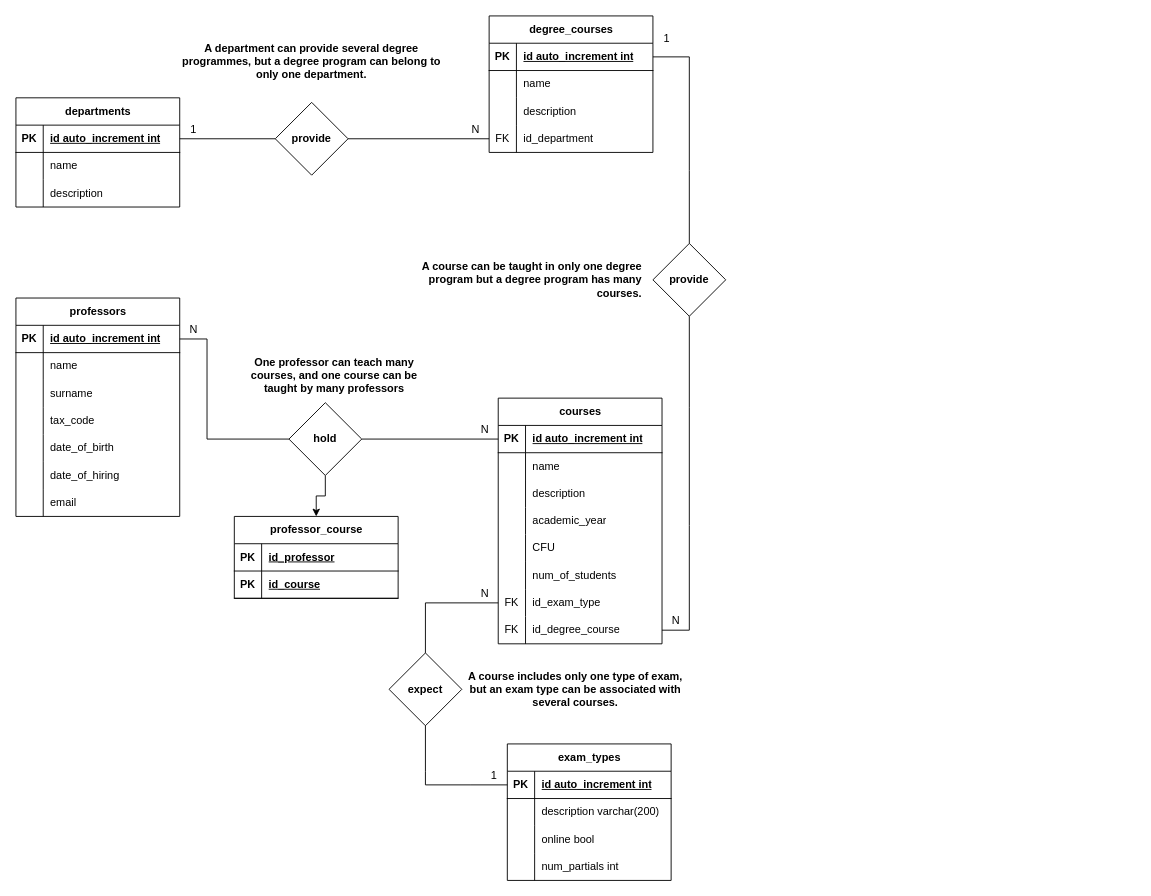
Before: db_university.drawio in totarochristian/db-university, a draw.io diagram. Source tidied: cells renumbered, new cells numbered last; positions are measured from the earlier drawing's top-left corner, leaving out a move shared by most shapes. Both pictures are drawn from the tidied source at 91%, with x=0, y=0 at pixel (15, 15).
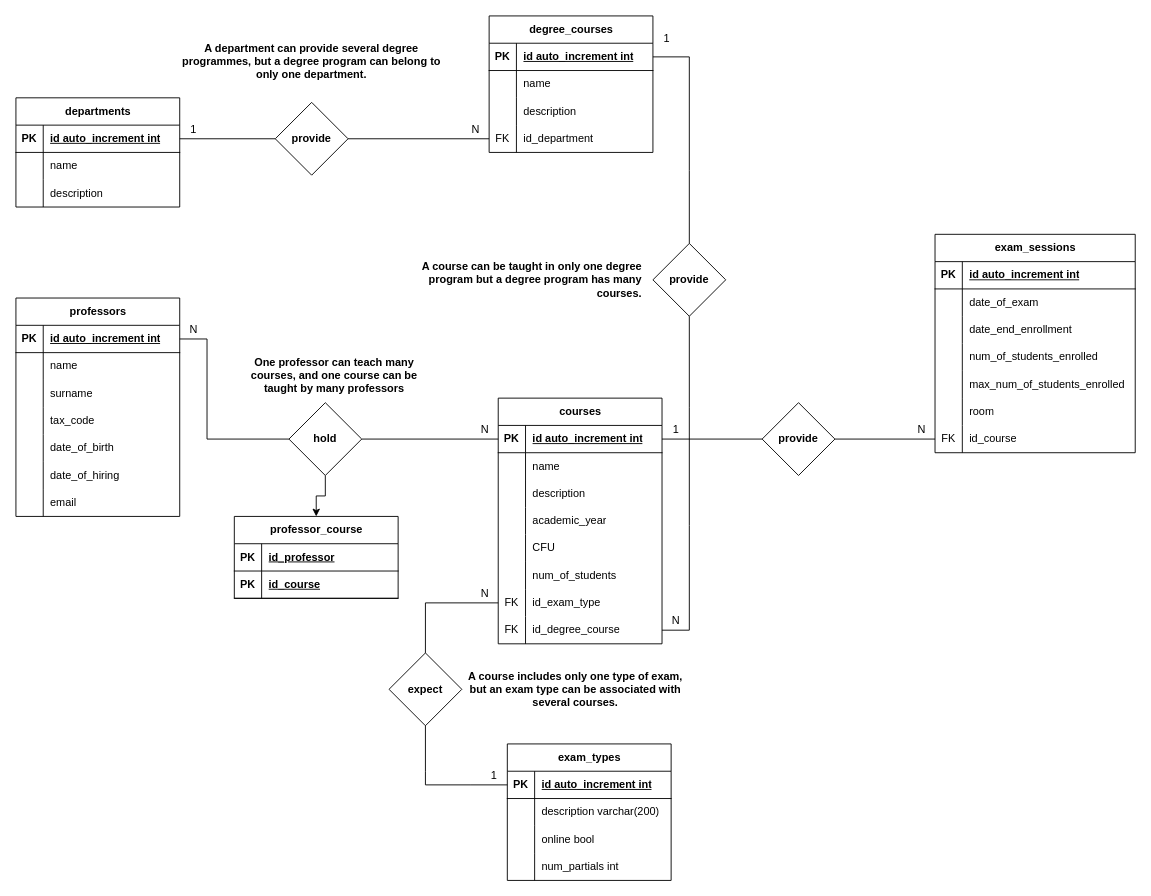
After the change.

Commit message:
Add exam_sessions and define the relations with the courses table

The change refers to these unchanged cells:
```xml
<mxCell id="31" style="shape=tableRow;horizontal=0;startSize=0;swimlaneHead=0;swimlaneBody=0;fillColor=none;points=[[0,0.5],[1,0.5]];portConstraint=eastwest;top=0;left=0;right=0;bottom=1;" parent="30" vertex="1">
  <mxGeometry y="30" width="180" height="30" as="geometry" />
</mxCell>
```

The edit, as a diff of the source:
```diff
@@
+    <mxCell id="117" value="exam_sessions" style="shape=table;startSize=30;childLayout=tableLayout;rowLines=0;fontStyle=1;align=center;html=1;" parent="1" vertex="1">
+      <mxGeometry x="1010" y="240" width="220" height="240" as="geometry" />
+    </mxCell>
+    <mxCell id="118" style="shape=tableRow;horizontal=0;startSize=0;swimlaneHead=0;swimlaneBody=0;fillColor=none;top=0;left=0;right=0;bottom=1;" parent="117" vertex="1">
+      <mxGeometry y="30" width="220" height="30" as="geometry" />
+    </mxCell>
+    <mxCell id="119" value="PK" style="shape=partialRectangle;fillColor=none;top=0;left=0;bottom=0;right=0;fontStyle=1;overflow=hidden;whiteSpace=wrap;html=1;" parent="118" vertex="1">
+      <mxGeometry width="30" height="30" as="geometry" />
+    </mxCell>
+    <mxCell id="120" value="id auto_increment int" style="shape=partialRectangle;fillColor=none;top=0;left=0;bottom=0;right=0;align=left;spacingLeft=6;fontStyle=5;overflow=hidden;whiteSpace=wrap;html=1;" parent="118" vertex="1">
+      <mxGeometry x="30" width="190" height="30" as="geometry" />
+    </mxCell>
+    <mxCell id="121" style="shape=tableRow;horizontal=0;startSize=0;swimlaneHead=0;swimlaneBody=0;fillColor=none;top=0;left=0;right=0;bottom=0;" parent="117" vertex="1">
+      <mxGeometry y="60" width="220" height="30" as="geometry" />
+    </mxCell>
+    <mxCell id="122" style="shape=partialRectangle;fillColor=none;top=0;left=0;bottom=0;right=0;overflow=hidden;whiteSpace=wrap;html=1;" parent="121" vertex="1">
+      <mxGeometry width="30" height="30" as="geometry" />
+    </mxCell>
+    <mxCell id="123" value="date_of_exam" style="shape=partialRectangle;fillColor=none;top=0;left=0;bottom=0;right=0;align=left;spacingLeft=6;overflow=hidden;whiteSpace=wrap;html=1;" parent="121" vertex="1">
+      <mxGeometry x="30" width="190" height="30" as="geometry" />
+    </mxCell>
+    <mxCell id="124" style="shape=tableRow;horizontal=0;startSize=0;swimlaneHead=0;swimlaneBody=0;fillColor=none;top=0;left=0;right=0;bottom=0;" parent="117" vertex="1">
+      <mxGeometry y="90" width="220" height="30" as="geometry" />
+    </mxCell>
+    <mxCell id="125" style="shape=partialRectangle;fillColor=none;top=0;left=0;bottom=0;right=0;overflow=hidden;whiteSpace=wrap;html=1;" parent="124" vertex="1">
+      <mxGeometry width="30" height="30" as="geometry" />
+    </mxCell>
+    <mxCell id="126" value="date_end_enrollment" style="shape=partialRectangle;fillColor=none;top=0;left=0;bottom=0;right=0;align=left;spacingLeft=6;overflow=hidden;whiteSpace=wrap;html=1;" parent="124" vertex="1">
+      <mxGeometry x="30" width="190" height="30" as="geometry" />
+    </mxCell>
+    <mxCell id="127" style="shape=tableRow;horizontal=0;startSize=0;swimlaneHead=0;swimlaneBody=0;fillColor=none;top=0;left=0;right=0;bottom=0;" parent="117" vertex="1">
+      <mxGeometry y="120" width="220" height="30" as="geometry" />
+    </mxCell>
+    <mxCell id="128" style="shape=partialRectangle;fillColor=none;top=0;left=0;bottom=0;right=0;overflow=hidden;whiteSpace=wrap;html=1;" parent="127" vertex="1">
+      <mxGeometry width="30" height="30" as="geometry" />
+    </mxCell>
+    <mxCell id="129" value="num_of_students_enrolled" style="shape=partialRectangle;fillColor=none;top=0;left=0;bottom=0;right=0;align=left;spacingLeft=6;overflow=hidden;whiteSpace=wrap;html=1;" parent="127" vertex="1">
+      <mxGeometry x="30" width="190" height="30" as="geometry" />
+    </mxCell>
+    <mxCell id="130" style="shape=tableRow;horizontal=0;startSize=0;swimlaneHead=0;swimlaneBody=0;fillColor=none;top=0;left=0;right=0;bottom=0;" parent="117" vertex="1">
+      <mxGeometry y="150" width="220" height="30" as="geometry" />
+    </mxCell>
+    <mxCell id="131" style="shape=partialRectangle;fillColor=none;top=0;left=0;bottom=0;right=0;overflow=hidden;whiteSpace=wrap;html=1;" parent="130" vertex="1">
+      <mxGeometry width="30" height="30" as="geometry" />
+    </mxCell>
+    <mxCell id="132" value="max_num_of_students_enrolled" style="shape=partialRectangle;fillColor=none;top=0;left=0;bottom=0;right=0;align=left;spacingLeft=6;overflow=hidden;whiteSpace=wrap;html=1;" parent="130" vertex="1">
+      <mxGeometry x="30" width="190" height="30" as="geometry" />
+    </mxCell>
+    <mxCell id="133" style="shape=tableRow;horizontal=0;startSize=0;swimlaneHead=0;swimlaneBody=0;fillColor=none;top=0;left=0;right=0;bottom=0;" parent="117" vertex="1">
+      <mxGeometry y="180" width="220" height="30" as="geometry" />
+    </mxCell>
+    <mxCell id="134" style="shape=partialRectangle;fillColor=none;top=0;left=0;bottom=0;right=0;overflow=hidden;whiteSpace=wrap;html=1;" parent="133" vertex="1">
+      <mxGeometry width="30" height="30" as="geometry" />
+    </mxCell>
+    <mxCell id="135" value="room" style="shape=partialRectangle;fillColor=none;top=0;left=0;bottom=0;right=0;align=left;spacingLeft=6;overflow=hidden;whiteSpace=wrap;html=1;" parent="133" vertex="1">
+      <mxGeometry x="30" width="190" height="30" as="geometry" />
+    </mxCell>
+    <mxCell id="136" style="shape=tableRow;horizontal=0;startSize=0;swimlaneHead=0;swimlaneBody=0;fillColor=none;points=[[0,0.5],[1,0.5]];portConstraint=eastwest;top=0;left=0;right=0;bottom=0;" parent="117" vertex="1">
+      <mxGeometry y="210" width="220" height="30" as="geometry" />
+    </mxCell>
+    <mxCell id="137" value="FK" style="shape=partialRectangle;fillColor=none;top=0;left=0;bottom=0;right=0;overflow=hidden;whiteSpace=wrap;html=1;" parent="136" vertex="1">
+      <mxGeometry width="30" height="30" as="geometry" />
+    </mxCell>
+    <mxCell id="138" value="id_course" style="shape=partialRectangle;fillColor=none;top=0;left=0;bottom=0;right=0;align=left;spacingLeft=6;overflow=hidden;whiteSpace=wrap;html=1;" parent="136" vertex="1">
+      <mxGeometry x="30" width="190" height="30" as="geometry" />
+    </mxCell>
+    <mxCell id="139" style="rounded=0;jettySize=auto;html=1;endArrow=none;endFill=0;exitX=1;exitY=0.5;exitDx=0;exitDy=0;" parent="1" edge="1" source="31" target="141">
+      <mxGeometry relative="1" as="geometry" />
+    </mxCell>
+    <mxCell id="140" style="rounded=0;jettySize=auto;html=1;entryX=0;entryY=0.5;entryDx=0;entryDy=0;endArrow=none;endFill=0;exitX=1;exitY=0.5;exitDx=0;exitDy=0;" parent="1" edge="1" source="141" target="136">
+      <mxGeometry relative="1" as="geometry" />
+    </mxCell>
+    <mxCell id="141" value="provide" style="rhombus;whiteSpace=wrap;html=1;startSize=30;fontStyle=1;" parent="1" vertex="1">
+      <mxGeometry x="820" y="425" width="80" height="80" as="geometry" />
+    </mxCell>
+    <mxCell id="142" value="N" style="text;html=1;align=center;verticalAlign=middle;strokeColor=none;fillColor=none;" parent="1" vertex="1">
+      <mxGeometry x="980" y="440" width="30" height="30" as="geometry" />
+    </mxCell>
+    <mxCell id="143" value="1" style="text;html=1;align=center;verticalAlign=middle;strokeColor=none;fillColor=none;" parent="1" vertex="1">
+      <mxGeometry x="710" y="440" width="30" height="30" as="geometry" />
+    </mxCell>
```
